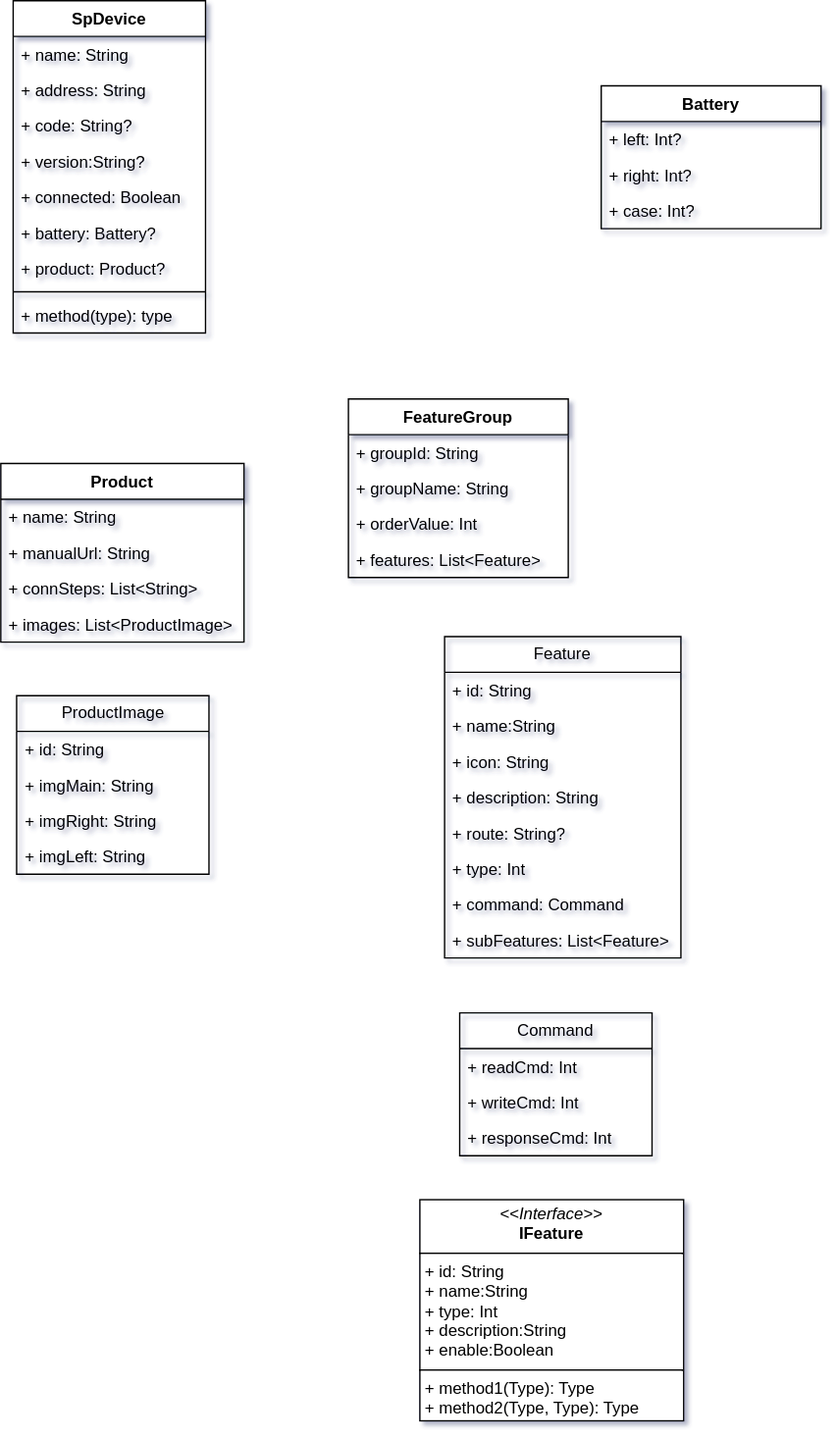
Earlier version of the draw.io export 未命名绘图.drawio.svg (kekemao00/draw-libs). Source tidied: cells renumbered, new cells last; positions are measured from the earlier drawing's top-left corner, leaving out a move shared by most shapes.
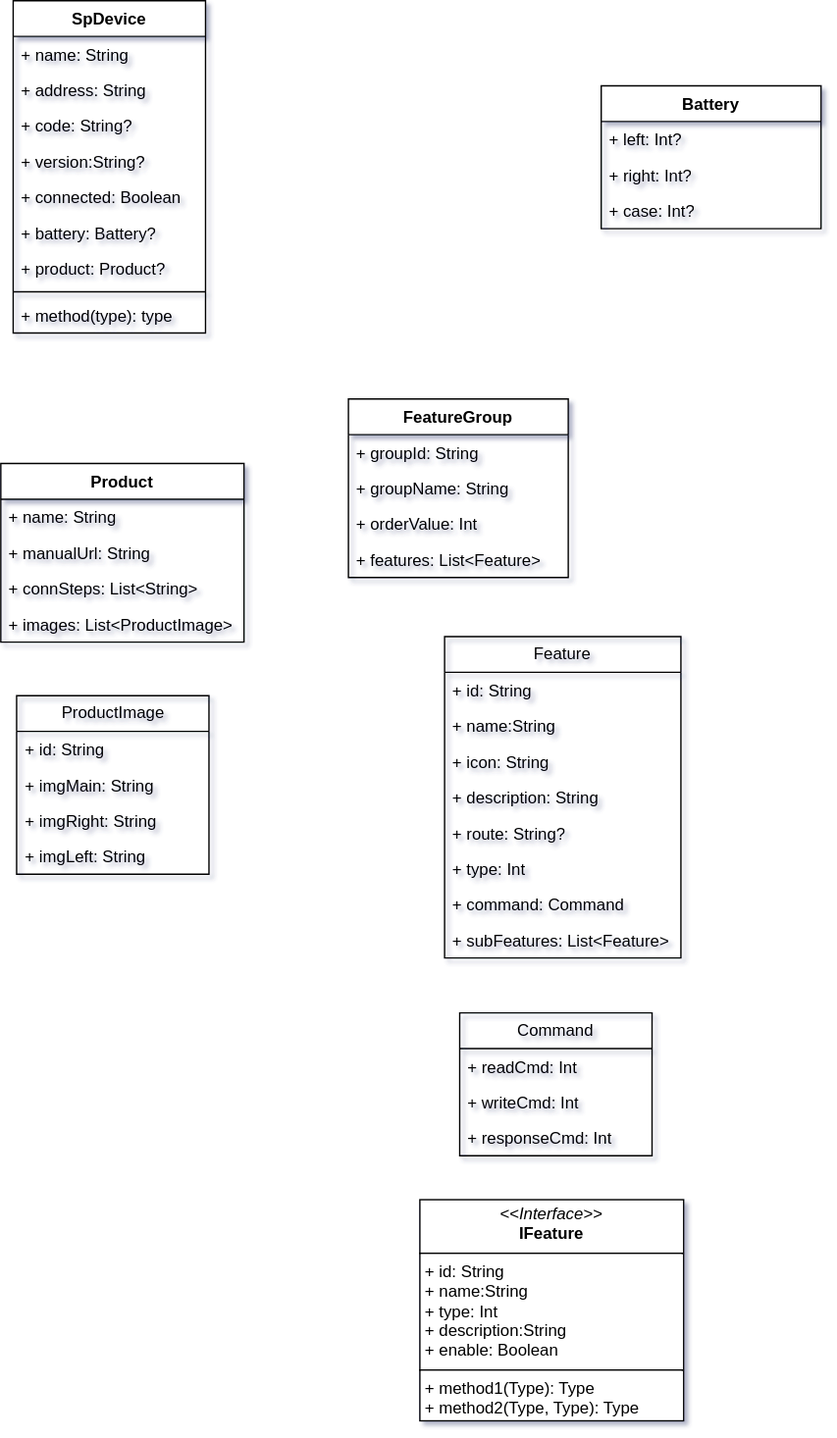
Above is the later version.

Commit message:
更新未命名绘图.drawio.svg

The edit, as a diff of the source:
```diff
@@ -128,7 +128,7 @@
     <mxCell id="43" value="+ responseCmd: Int" style="text;strokeColor=none;fillColor=none;align=left;verticalAlign=top;spacingLeft=4;spacingRight=4;overflow=hidden;whiteSpace=wrap;html=1;" parent="40" vertex="1">
       <mxGeometry y="78" width="140" height="26" as="geometry" />
     </mxCell>
-    <mxCell id="44" value="&lt;p style=&quot;margin:0px;margin-top:4px;text-align:center;&quot;&gt;&lt;i&gt;&amp;lt;&amp;lt;Interface&amp;gt;&amp;gt;&lt;/i&gt;&lt;br&gt;&lt;b&gt;IFeature&lt;/b&gt;&lt;/p&gt;&lt;hr size=&quot;1&quot; style=&quot;border-style:solid;&quot;&gt;&lt;p style=&quot;margin:0px;margin-left:4px;&quot;&gt;+ id: String&lt;br&gt;+ name:String&lt;br&gt;+ type: Int&lt;br&gt;+ description:String&lt;br&gt;+&amp;nbsp;enable:Boolean&lt;/p&gt;&lt;hr size=&quot;1&quot; style=&quot;border-style:solid;&quot;&gt;&lt;p style=&quot;margin:0px;margin-left:4px;&quot;&gt;+ method1(Type): Type&lt;br&gt;+ method2(Type, Type): Type&lt;/p&gt;" style="verticalAlign=top;align=left;overflow=fill;html=1;whiteSpace=wrap;" parent="1" vertex="1">
+    <mxCell id="44" value="&lt;p style=&quot;margin:0px;margin-top:4px;text-align:center;&quot;&gt;&lt;i&gt;&amp;lt;&amp;lt;Interface&amp;gt;&amp;gt;&lt;/i&gt;&lt;br&gt;&lt;b&gt;IFeature&lt;/b&gt;&lt;/p&gt;&lt;hr size=&quot;1&quot; style=&quot;border-style:solid;&quot;&gt;&lt;p style=&quot;margin:0px;margin-left:4px;&quot;&gt;+ id: String&lt;br&gt;+ name:String&lt;br&gt;+ type: Int&lt;br&gt;+ description:String&lt;br&gt;+&amp;nbsp;enable: Boolean&lt;/p&gt;&lt;hr size=&quot;1&quot; style=&quot;border-style:solid;&quot;&gt;&lt;p style=&quot;margin:0px;margin-left:4px;&quot;&gt;+ method1(Type): Type&lt;br&gt;+ method2(Type, Type): Type&lt;/p&gt;" style="verticalAlign=top;align=left;overflow=fill;html=1;whiteSpace=wrap;" parent="1" vertex="1">
       <mxGeometry x="305" y="873" width="192" height="161" as="geometry" />
     </mxCell>
   </root>
```
